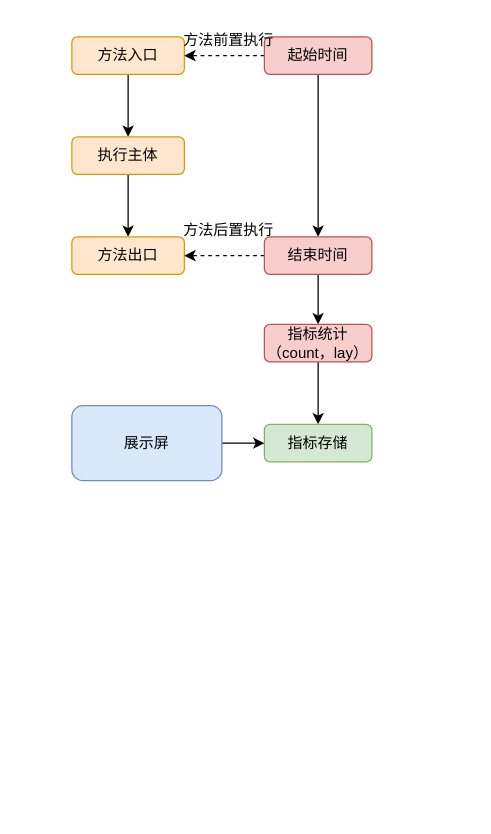
Before: page "第 1 页" (1 of 2) of 专利.drawio in sun-iot/draw.io, a draw.io diagram. Source tidied: cells renumbered, new cells numbered last; positions are measured from the earlier drawing's top-left corner, leaving out a move shared by most shapes. Both pictures are drawn from the tidied source at 125%, with x=0, y=0 at pixel (71, 21).
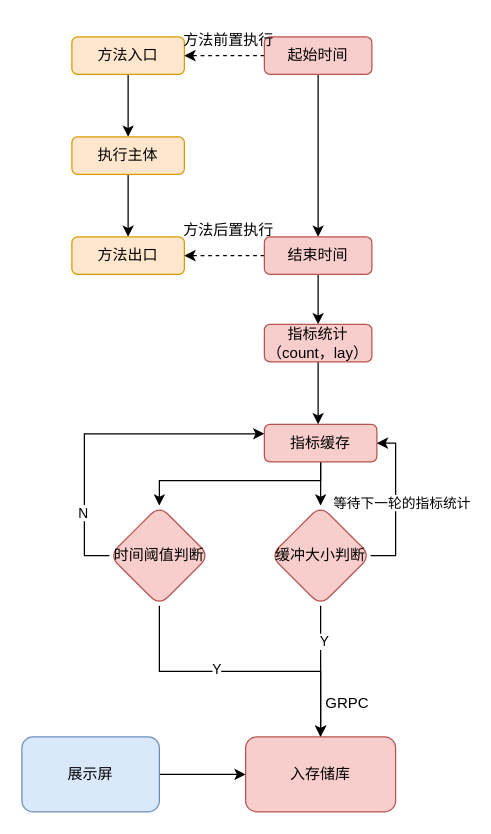
The same diagram, later.

The change refers to these unchanged cells:
```xml
<mxCell id="16" value="指标统计（count，lay）" style="rounded=1;whiteSpace=wrap;html=1;fillColor=#f8cecc;strokeColor=#b85450;" parent="1" vertex="1">
  <mxGeometry x="154" y="242" width="86" height="30" as="geometry" />
</mxCell>
```

The edit, as a diff of the source:
```diff
@@
-    <mxCell id="15" style="edgeStyle=orthogonalEdgeStyle;rounded=0;jettySize=auto;html=1;" parent="1" edge="1" source="16" target="17">
-      <mxGeometry relative="1" as="geometry" />
+    <mxCell id="15" style="edgeStyle=orthogonalEdgeStyle;rounded=0;jettySize=auto;html=1;" parent="1" edge="1" source="16">
+      <mxGeometry relative="1" as="geometry">
+        <mxPoint x="197" y="322" as="targetPoint" />
+      </mxGeometry>
     </mxCell>
@@
-    <mxCell id="17" value="指标存储" style="rounded=1;whiteSpace=wrap;html=1;fillColor=#d5e8d4;strokeColor=#82b366;" parent="1" vertex="1">
-      <mxGeometry x="154" y="322" width="86" height="30" as="geometry" />
-    </mxCell>
-    <mxCell id="18" style="edgeStyle=orthogonalEdgeStyle;rounded=0;jettySize=auto;html=1;exitX=1;exitY=0.5;exitDx=0;exitDy=0;entryX=0;entryY=0.5;entryDx=0;entryDy=0;" parent="1" edge="1" source="19" target="17">
-      <mxGeometry relative="1" as="geometry" />
-    </mxCell>
+    <mxCell id="20" style="edgeStyle=orthogonalEdgeStyle;rounded=0;jettySize=auto;html=1;" parent="1" edge="1" source="22" target="27">
+      <mxGeometry relative="1" as="geometry" />
+    </mxCell>
+    <mxCell id="21" style="edgeStyle=orthogonalEdgeStyle;rounded=0;jettySize=auto;html=1;exitX=0.5;exitY=1;exitDx=0;exitDy=0;entryX=0.5;entryY=0;entryDx=0;entryDy=0;" parent="1" edge="1" source="22" target="33">
+      <mxGeometry relative="1" as="geometry">
+        <Array as="points">
+          <mxPoint x="199" y="367" />
+          <mxPoint x="70" y="367" />
+        </Array>
+      </mxGeometry>
+    </mxCell>
+    <mxCell id="22" value="指标缓存" style="rounded=1;whiteSpace=wrap;html=1;fillColor=#f8cecc;strokeColor=#b85450;" parent="1" vertex="1">
+      <mxGeometry x="154" y="322" width="90" height="30" as="geometry" />
+    </mxCell>
+    <mxCell id="23" style="edgeStyle=orthogonalEdgeStyle;rounded=0;jettySize=auto;html=1;" parent="1" edge="1" source="27" target="28">
+      <mxGeometry relative="1" as="geometry" />
+    </mxCell>
+    <mxCell id="24" value="Y" style="edgeLabel;html=1;align=center;verticalAlign=middle;" parent="23" vertex="1">
+      <mxGeometry x="-0.47" y="2" relative="1" as="geometry" />
+    </mxCell>
+    <mxCell id="25" style="edgeStyle=orthogonalEdgeStyle;rounded=0;jettySize=auto;html=1;exitX=1;exitY=0.5;exitDx=0;exitDy=0;entryX=1;entryY=0.5;entryDx=0;entryDy=0;" parent="1" edge="1" source="27" target="22">
+      <mxGeometry relative="1" as="geometry" />
+    </mxCell>
+    <mxCell id="26" value="等待下一轮的指标统计" style="edgeLabel;html=1;align=center;verticalAlign=middle;" parent="25" vertex="1">
+      <mxGeometry x="0.01" y="-4" relative="1" as="geometry" />
+    </mxCell>
+    <mxCell id="27" value="缓冲大小判断" style="rhombus;whiteSpace=wrap;html=1;rounded=1;fillColor=#f8cecc;strokeColor=#b85450;" parent="1" vertex="1">
+      <mxGeometry x="159" y="387" width="80" height="80" as="geometry" />
+    </mxCell>
+    <mxCell id="28" value="入存储库" style="whiteSpace=wrap;html=1;rounded=1;fillColor=#f8cecc;strokeColor=#b85450;" parent="1" vertex="1">
+      <mxGeometry x="139" y="572" width="120" height="60" as="geometry" />
+    </mxCell>
+    <mxCell id="29" style="edgeStyle=orthogonalEdgeStyle;rounded=0;jettySize=auto;html=1;exitX=0;exitY=0.5;exitDx=0;exitDy=0;entryX=0;entryY=0.25;entryDx=0;entryDy=0;" parent="1" edge="1" source="33" target="22">
+      <mxGeometry relative="1" as="geometry" />
+    </mxCell>
+    <mxCell id="30" value="N" style="edgeLabel;html=1;align=center;verticalAlign=middle;" parent="29" vertex="1">
+      <mxGeometry x="-0.58" y="2" relative="1" as="geometry" />
+    </mxCell>
+    <mxCell id="31" style="edgeStyle=orthogonalEdgeStyle;rounded=0;jettySize=auto;html=1;exitX=0.5;exitY=1;exitDx=0;exitDy=0;" parent="1" edge="1" source="33" target="28">
+      <mxGeometry relative="1" as="geometry" />
+    </mxCell>
+    <mxCell id="32" value="Y" style="edgeLabel;html=1;align=center;verticalAlign=middle;" parent="31" vertex="1">
+      <mxGeometry x="-0.16" y="2" relative="1" as="geometry" />
+    </mxCell>
+    <mxCell id="33" value="时间阈值判断" style="rhombus;whiteSpace=wrap;html=1;rounded=1;fillColor=#f8cecc;strokeColor=#b85450;" parent="1" vertex="1">
+      <mxGeometry x="30" y="387" width="80" height="80" as="geometry" />
+    </mxCell>
+    <mxCell id="34" value="GRPC" style="text;html=1;align=center;verticalAlign=middle;strokeColor=none;fillColor=none;" parent="1" vertex="1">
+      <mxGeometry x="190" y="530" width="60" height="30" as="geometry" />
+    </mxCell>
+    <mxCell id="35" style="edgeStyle=orthogonalEdgeStyle;rounded=0;jettySize=auto;html=1;exitX=1;exitY=0.5;exitDx=0;exitDy=0;entryX=0;entryY=0.5;entryDx=0;entryDy=0;" parent="1" edge="1" source="19" target="28">
+      <mxGeometry relative="1" as="geometry" />
+    </mxCell>
-    <mxCell id="19" value="展示屏" style="rounded=1;whiteSpace=wrap;html=1;fillColor=#dae8fc;strokeColor=#6c8ebf;" parent="1" vertex="1">
-      <mxGeometry y="307" width="120" height="60" as="geometry" />
+    <mxCell id="19" value="展示屏" style="whiteSpace=wrap;html=1;rounded=1;fillColor=#dae8fc;strokeColor=#6c8ebf;" parent="1" vertex="1">
+      <mxGeometry x="-40" y="572" width="110" height="60" as="geometry" />
     </mxCell>
```
